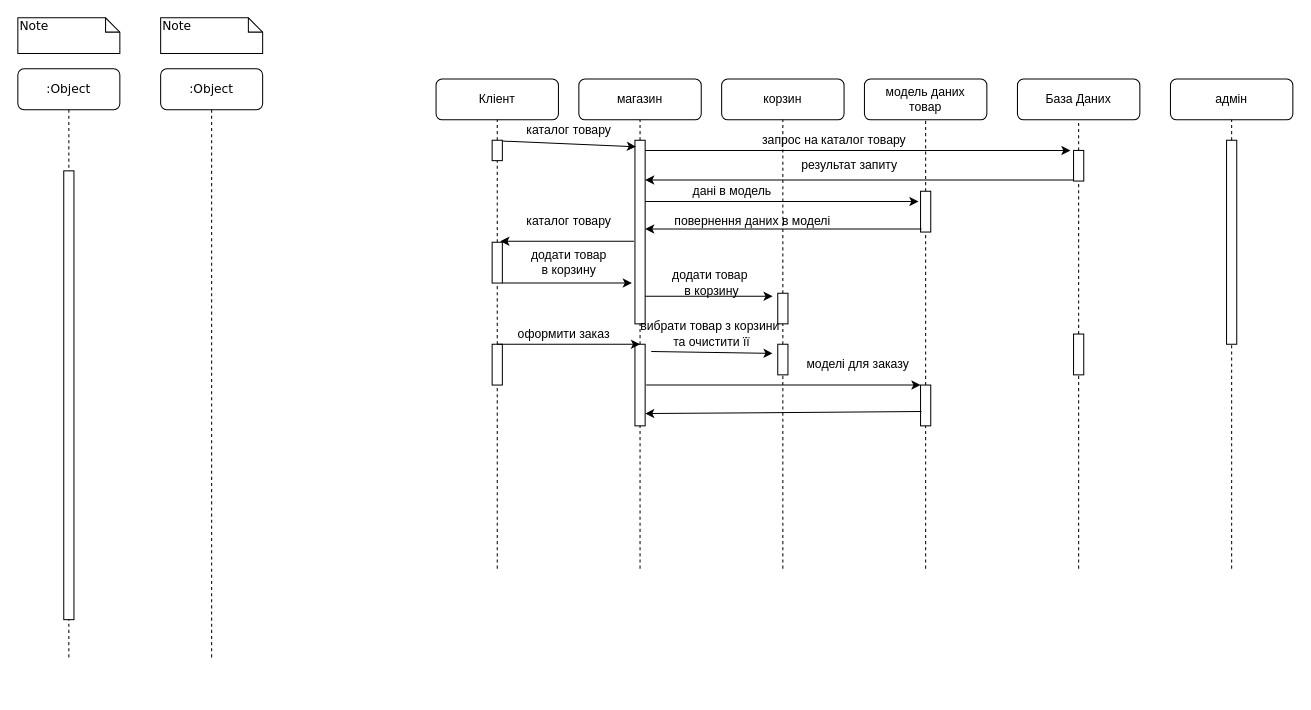
Valerii335123/diagram keeps this draw.io diagram as Untitled Diagram.drawio. Above is the earlier version. Source tidied: cells renumbered, new cells numbered last; positions are measured from the earlier drawing's top-left corner, leaving out a move shared by most shapes. Both pictures are drawn from the tidied source at 102%, with x=0, y=0 at pixel (17, 17).
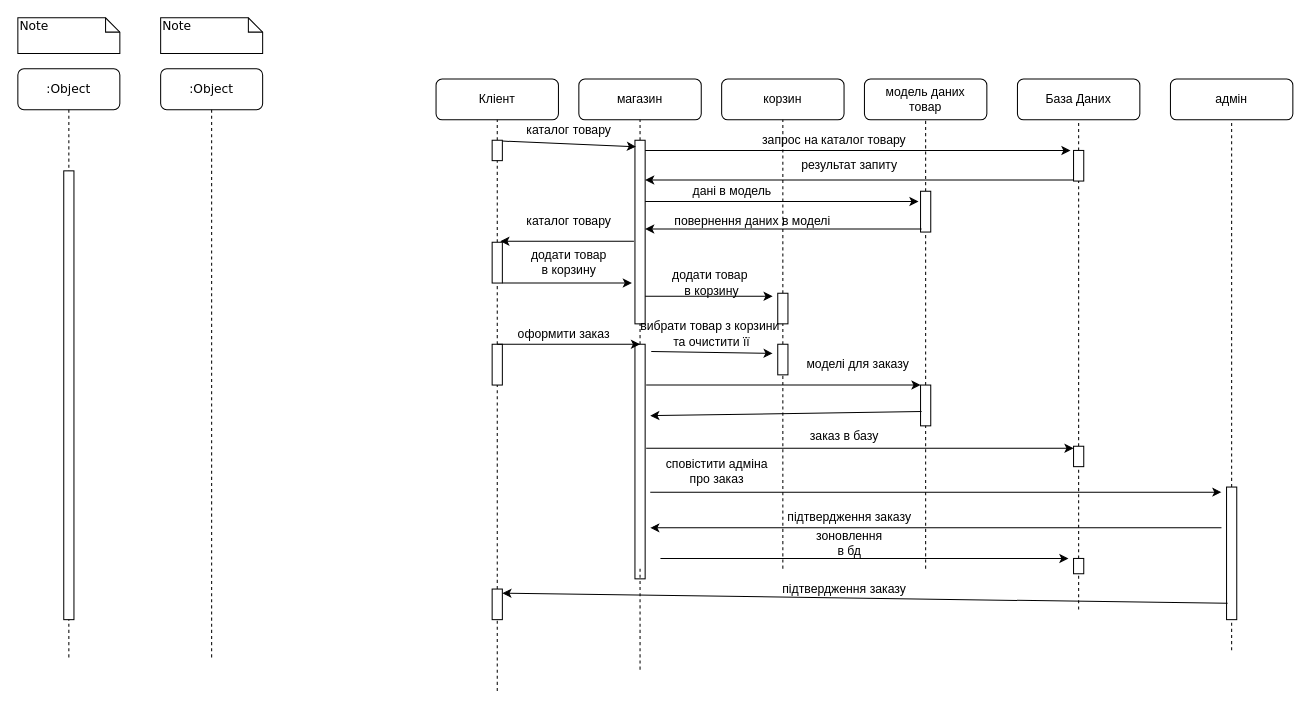
Above is the later version.

Unchanged cells that the change refers to:
```xml
<mxCell id="49" style="html=1;points=[];perimeter=orthogonalPerimeter;rounded=0;shadow=0;comic=0;labelBackgroundColor=none;strokeWidth=1;fontFamily=Verdana;fontSize=12;align=center;" parent="1" vertex="1">
  <mxGeometry x="465" y="320" width="10" height="40" as="geometry" />
</mxCell>
<mxCell id="55" style="html=1;points=[];perimeter=orthogonalPerimeter;rounded=0;shadow=0;comic=0;labelBackgroundColor=none;strokeWidth=1;fontFamily=Verdana;fontSize=12;align=center;" parent="1" vertex="1">
  <mxGeometry x="885" y="360" width="10" height="40" as="geometry" />
</mxCell>
```

Diff of the diagram source:
```diff
@@
     <mxCell id="29" style="html=1;points=[];perimeter=orthogonalPerimeter;rounded=0;shadow=0;comic=0;labelBackgroundColor=none;strokeWidth=1;fontFamily=Verdana;fontSize=12;align=center;" parent="1" vertex="1">
-      <mxGeometry x="1185" y="120" width="10" height="200" as="geometry" />
+      <mxGeometry x="1185" y="460" width="10" height="130" as="geometry" />
     </mxCell>
     <mxCell id="30" style="endArrow=none;dashed=1;html=1;entryX=0.5;entryY=1;entryDx=0;entryDy=0;" parent="1" edge="1" target="29">
       <mxGeometry relative="1" as="geometry">
-        <mxPoint x="1190" y="540" as="sourcePoint" />
+        <mxPoint x="1190" y="620" as="sourcePoint" />
       </mxGeometry>
     </mxCell>
@@
-    <mxCell id="50" style="endArrow=none;dashed=1;html=1;entryX=0.5;entryY=1;entryDx=0;entryDy=0;" parent="1" edge="1" target="49">
-      <mxGeometry relative="1" as="geometry">
-        <mxPoint x="470" y="540" as="sourcePoint" />
-      </mxGeometry>
+    <mxCell id="50" style="endArrow=none;dashed=1;html=1;entryX=0.5;entryY=1;entryDx=0;entryDy=0;" parent="1" edge="1" source="76" target="49">
+      <mxGeometry relative="1" as="geometry" />
     </mxCell>
     <mxCell id="51" style="html=1;points=[];perimeter=orthogonalPerimeter;rounded=0;shadow=0;comic=0;labelBackgroundColor=none;strokeWidth=1;fontFamily=Verdana;fontSize=12;align=center;" parent="1" vertex="1">
-      <mxGeometry x="605" y="320" width="10" height="80" as="geometry" />
+      <mxGeometry x="605" y="320" width="10" height="230" as="geometry" />
     </mxCell>
-    <mxCell id="52" style="endArrow=none;dashed=1;html=1;entryX=0.5;entryY=1;entryDx=0;entryDy=0;" parent="1" edge="1" target="51">
+    <mxCell id="52" style="endArrow=none;dashed=1;html=1;" parent="1" edge="1">
       <mxGeometry relative="1" as="geometry">
         <mxPoint x="610" y="540" as="sourcePoint" />
+        <mxPoint x="610" y="640" as="targetPoint" />
       </mxGeometry>
     </mxCell>
@@
     <mxCell id="57" style="html=1;points=[];perimeter=orthogonalPerimeter;rounded=0;shadow=0;comic=0;labelBackgroundColor=none;strokeWidth=1;fontFamily=Verdana;fontSize=12;align=center;" parent="1" vertex="1">
-      <mxGeometry x="1035" y="310" width="10" height="40" as="geometry" />
+      <mxGeometry x="1035" y="420" width="10" height="20" as="geometry" />
     </mxCell>
-    <mxCell id="58" style="endArrow=none;dashed=1;html=1;entryX=0.5;entryY=1;entryDx=0;entryDy=0;" parent="1" edge="1" target="57">
-      <mxGeometry relative="1" as="geometry">
-        <mxPoint x="1040" y="540" as="sourcePoint" />
-      </mxGeometry>
+    <mxCell id="58" style="endArrow=none;dashed=1;html=1;entryX=0.5;entryY=1;entryDx=0;entryDy=0;" parent="1" edge="1" source="72" target="57">
+      <mxGeometry relative="1" as="geometry" />
     </mxCell>
@@
-    <mxCell id="65" style="endArrow=classic;html=1;entryX=1;entryY=0.85;entryDx=0;entryDy=0;entryPerimeter=0;exitX=0.1;exitY=0.65;exitDx=0;exitDy=0;exitPerimeter=0;" parent="1" edge="1" source="55" target="51">
-      <mxGeometry relative="1" as="geometry" />
+    <mxCell id="65" style="endArrow=classic;html=1;exitX=0.1;exitY=0.65;exitDx=0;exitDy=0;exitPerimeter=0;" parent="1" edge="1" source="55">
+      <mxGeometry relative="1" as="geometry">
+        <mxPoint x="620" y="390" as="targetPoint" />
+      </mxGeometry>
     </mxCell>
+    <mxCell id="66" style="endArrow=classic;html=1;entryX=0;entryY=0.1;entryDx=0;entryDy=0;entryPerimeter=0;" parent="1" edge="1" target="57">
+      <mxGeometry relative="1" as="geometry">
+        <mxPoint x="616" y="422" as="sourcePoint" />
+      </mxGeometry>
+    </mxCell>
+    <mxCell id="67" value="заказ в базу" style="text;html=1;align=center;verticalAlign=middle;" parent="1" vertex="1">
+      <mxGeometry x="770" y="400" width="80" height="20" as="geometry" />
+    </mxCell>
+    <mxCell id="68" style="endArrow=classic;html=1;" parent="1" edge="1">
+      <mxGeometry relative="1" as="geometry">
+        <mxPoint x="620" y="465" as="sourcePoint" />
+        <mxPoint x="1180" y="465" as="targetPoint" />
+      </mxGeometry>
+    </mxCell>
+    <mxCell id="69" value="сповістити адміна &lt;br&gt;про заказ" style="text;html=1;align=center;verticalAlign=middle;" parent="1" vertex="1">
+      <mxGeometry x="625" y="430" width="120" height="30" as="geometry" />
+    </mxCell>
+    <mxCell id="70" style="endArrow=classic;html=1;" parent="1" edge="1">
+      <mxGeometry relative="1" as="geometry">
+        <mxPoint x="1180" y="500" as="sourcePoint" />
+        <mxPoint x="620" y="500" as="targetPoint" />
+      </mxGeometry>
+    </mxCell>
+    <mxCell id="71" value="підтвердження заказу" style="text;html=1;align=center;verticalAlign=middle;" parent="1" vertex="1">
+      <mxGeometry x="745" y="480" width="140" height="20" as="geometry" />
+    </mxCell>
+    <mxCell id="72" style="html=1;points=[];perimeter=orthogonalPerimeter;rounded=0;shadow=0;comic=0;labelBackgroundColor=none;strokeWidth=1;fontFamily=Verdana;fontSize=12;align=center;" parent="1" vertex="1">
+      <mxGeometry x="1035" y="530" width="10" height="15" as="geometry" />
+    </mxCell>
+    <mxCell id="73" style="endArrow=none;dashed=1;html=1;entryX=0.5;entryY=1;entryDx=0;entryDy=0;" parent="1" edge="1" target="72">
+      <mxGeometry relative="1" as="geometry">
+        <mxPoint x="1040" y="580" as="sourcePoint" />
+      </mxGeometry>
+    </mxCell>
+    <mxCell id="74" style="endArrow=classic;html=1;" parent="1" edge="1">
+      <mxGeometry relative="1" as="geometry">
+        <mxPoint x="630" y="530" as="sourcePoint" />
+        <mxPoint x="1030" y="530" as="targetPoint" />
+      </mxGeometry>
+    </mxCell>
+    <mxCell id="75" value="зоновлення &lt;br&gt;в бд" style="text;html=1;align=center;verticalAlign=middle;" parent="1" vertex="1">
+      <mxGeometry x="775" y="500" width="80" height="30" as="geometry" />
+    </mxCell>
+    <mxCell id="76" style="html=1;points=[];perimeter=orthogonalPerimeter;rounded=0;shadow=0;comic=0;labelBackgroundColor=none;strokeWidth=1;fontFamily=Verdana;fontSize=12;align=center;" parent="1" vertex="1">
+      <mxGeometry x="465" y="560" width="10" height="30" as="geometry" />
+    </mxCell>
+    <mxCell id="77" style="endArrow=none;dashed=1;html=1;entryX=0.5;entryY=1;entryDx=0;entryDy=0;" parent="1" edge="1" target="76">
+      <mxGeometry relative="1" as="geometry">
+        <mxPoint x="470" y="660" as="sourcePoint" />
+      </mxGeometry>
+    </mxCell>
+    <mxCell id="78" style="endArrow=classic;html=1;exitX=0.1;exitY=0.877;exitDx=0;exitDy=0;exitPerimeter=0;" parent="1" edge="1" source="29">
+      <mxGeometry relative="1" as="geometry">
+        <mxPoint x="475" y="564" as="targetPoint" />
+      </mxGeometry>
+    </mxCell>
+    <mxCell id="79" value="підтвердження заказу" style="text;html=1;align=center;verticalAlign=middle;" parent="1" vertex="1">
+      <mxGeometry x="740" y="550" width="140" height="20" as="geometry" />
+    </mxCell>
```
